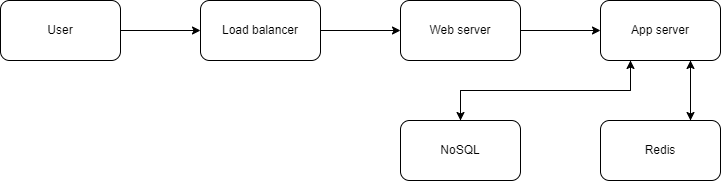
The draw.io diagram img/system-design/typeahead1.png in riehseun/riehseun.github.io, before a commit. Source tidied: cells renumbered, new cells last; positions are measured from the earlier drawing's top-left corner, leaving out a move shared by most shapes. Its diagram source:
```xml
<mxGraphModel>
  <root>
    <mxCell id="0" />
    <mxCell id="1" parent="0" />
    <mxCell id="2" style="edgeStyle=orthogonalEdgeStyle;rounded=0;jettySize=auto;html=1;exitX=1;exitY=0.5;exitDx=0;exitDy=0;entryX=0;entryY=0.5;entryDx=0;entryDy=0;" parent="1" edge="1" source="3" target="5">
      <mxGeometry relative="1" as="geometry" />
    </mxCell>
    <mxCell id="3" value="User" style="rounded=1;whiteSpace=wrap;html=1;" parent="1" vertex="1">
      <mxGeometry width="120" height="60" as="geometry" />
    </mxCell>
    <mxCell id="4" style="edgeStyle=orthogonalEdgeStyle;rounded=0;jettySize=auto;html=1;exitX=1;exitY=0.5;exitDx=0;exitDy=0;entryX=0;entryY=0.5;entryDx=0;entryDy=0;" parent="1" edge="1" source="5" target="7">
      <mxGeometry relative="1" as="geometry" />
    </mxCell>
    <mxCell id="5" value="Load balancer" style="rounded=1;whiteSpace=wrap;html=1;" parent="1" vertex="1">
      <mxGeometry x="200" width="120" height="60" as="geometry" />
    </mxCell>
    <mxCell id="6" style="edgeStyle=orthogonalEdgeStyle;rounded=0;jettySize=auto;html=1;exitX=1;exitY=0.5;exitDx=0;exitDy=0;" parent="1" edge="1" source="7" target="10">
      <mxGeometry relative="1" as="geometry" />
    </mxCell>
    <mxCell id="7" value="Web server" style="rounded=1;whiteSpace=wrap;html=1;" parent="1" vertex="1">
      <mxGeometry x="400" width="120" height="60" as="geometry" />
    </mxCell>
    <mxCell id="8" style="edgeStyle=orthogonalEdgeStyle;rounded=0;jettySize=auto;html=1;exitX=0.25;exitY=1;exitDx=0;exitDy=0;entryX=0.5;entryY=0;entryDx=0;entryDy=0;" parent="1" edge="1" source="10" target="14">
      <mxGeometry relative="1" as="geometry" />
    </mxCell>
    <mxCell id="9" style="edgeStyle=orthogonalEdgeStyle;rounded=0;jettySize=auto;html=1;exitX=0.75;exitY=1;exitDx=0;exitDy=0;entryX=0.75;entryY=0;entryDx=0;entryDy=0;" parent="1" edge="1" source="10" target="12">
      <mxGeometry relative="1" as="geometry" />
    </mxCell>
    <mxCell id="10" value="App server" style="rounded=1;whiteSpace=wrap;html=1;" parent="1" vertex="1">
      <mxGeometry x="600" width="120" height="60" as="geometry" />
    </mxCell>
    <mxCell id="11" style="edgeStyle=orthogonalEdgeStyle;rounded=0;jettySize=auto;html=1;exitX=0.75;exitY=0;exitDx=0;exitDy=0;entryX=0.75;entryY=1;entryDx=0;entryDy=0;" parent="1" edge="1" source="12" target="10">
      <mxGeometry relative="1" as="geometry" />
    </mxCell>
    <mxCell id="12" value="Redis" style="rounded=1;whiteSpace=wrap;html=1;" parent="1" vertex="1">
      <mxGeometry x="600" y="120" width="120" height="60" as="geometry" />
    </mxCell>
    <mxCell id="13" style="edgeStyle=orthogonalEdgeStyle;rounded=0;jettySize=auto;html=1;exitX=0.5;exitY=0;exitDx=0;exitDy=0;entryX=0.25;entryY=1;entryDx=0;entryDy=0;" parent="1" edge="1" source="14" target="10">
      <mxGeometry relative="1" as="geometry" />
    </mxCell>
    <mxCell id="14" value="NoSQL" style="rounded=1;whiteSpace=wrap;html=1;" parent="1" vertex="1">
      <mxGeometry x="400" y="120" width="120" height="60" as="geometry" />
    </mxCell>
  </root>
</mxGraphModel>
```
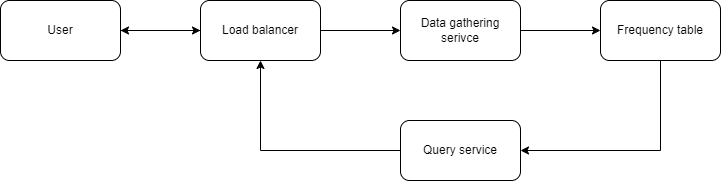
Above is the later version.

Diff of the diagram source:
```diff
@@ -11,34 +11,28 @@
     <mxCell id="4" style="edgeStyle=orthogonalEdgeStyle;rounded=0;jettySize=auto;html=1;exitX=1;exitY=0.5;exitDx=0;exitDy=0;entryX=0;entryY=0.5;entryDx=0;entryDy=0;" parent="1" edge="1" source="5" target="7">
       <mxGeometry relative="1" as="geometry" />
     </mxCell>
+    <mxCell id="15" style="edgeStyle=orthogonalEdgeStyle;rounded=0;jettySize=auto;html=1;exitX=0;exitY=0.5;exitDx=0;exitDy=0;entryX=1;entryY=0.5;entryDx=0;entryDy=0;" parent="1" edge="1" source="5" target="3">
+      <mxGeometry relative="1" as="geometry" />
+    </mxCell>
     <mxCell id="5" value="Load balancer" style="rounded=1;whiteSpace=wrap;html=1;" parent="1" vertex="1">
       <mxGeometry x="200" width="120" height="60" as="geometry" />
     </mxCell>
     <mxCell id="6" style="edgeStyle=orthogonalEdgeStyle;rounded=0;jettySize=auto;html=1;exitX=1;exitY=0.5;exitDx=0;exitDy=0;" parent="1" edge="1" source="7" target="10">
       <mxGeometry relative="1" as="geometry" />
     </mxCell>
-    <mxCell id="7" value="Web server" style="rounded=1;whiteSpace=wrap;html=1;" parent="1" vertex="1">
+    <mxCell id="7" value="Data gathering serivce" style="rounded=1;whiteSpace=wrap;html=1;" parent="1" vertex="1">
       <mxGeometry x="400" width="120" height="60" as="geometry" />
     </mxCell>
-    <mxCell id="8" style="edgeStyle=orthogonalEdgeStyle;rounded=0;jettySize=auto;html=1;exitX=0.25;exitY=1;exitDx=0;exitDy=0;entryX=0.5;entryY=0;entryDx=0;entryDy=0;" parent="1" edge="1" source="10" target="14">
+    <mxCell id="8" style="edgeStyle=orthogonalEdgeStyle;rounded=0;jettySize=auto;html=1;exitX=0.5;exitY=1;exitDx=0;exitDy=0;entryX=1;entryY=0.5;entryDx=0;entryDy=0;" parent="1" edge="1" source="10" target="14">
       <mxGeometry relative="1" as="geometry" />
     </mxCell>
-    <mxCell id="9" style="edgeStyle=orthogonalEdgeStyle;rounded=0;jettySize=auto;html=1;exitX=0.75;exitY=1;exitDx=0;exitDy=0;entryX=0.75;entryY=0;entryDx=0;entryDy=0;" parent="1" edge="1" source="10" target="12">
-      <mxGeometry relative="1" as="geometry" />
-    </mxCell>
-    <mxCell id="10" value="App server" style="rounded=1;whiteSpace=wrap;html=1;" parent="1" vertex="1">
+    <mxCell id="10" value="Frequency table" style="rounded=1;whiteSpace=wrap;html=1;" parent="1" vertex="1">
       <mxGeometry x="600" width="120" height="60" as="geometry" />
     </mxCell>
-    <mxCell id="11" style="edgeStyle=orthogonalEdgeStyle;rounded=0;jettySize=auto;html=1;exitX=0.75;exitY=0;exitDx=0;exitDy=0;entryX=0.75;entryY=1;entryDx=0;entryDy=0;" parent="1" edge="1" source="12" target="10">
-      <mxGeometry relative="1" as="geometry" />
-    </mxCell>
-    <mxCell id="12" value="Redis" style="rounded=1;whiteSpace=wrap;html=1;" parent="1" vertex="1">
-      <mxGeometry x="600" y="120" width="120" height="60" as="geometry" />
-    </mxCell>
-    <mxCell id="13" style="edgeStyle=orthogonalEdgeStyle;rounded=0;jettySize=auto;html=1;exitX=0.5;exitY=0;exitDx=0;exitDy=0;entryX=0.25;entryY=1;entryDx=0;entryDy=0;" parent="1" edge="1" source="14" target="10">
-      <mxGeometry relative="1" as="geometry" />
-    </mxCell>
+    <mxCell id="16" style="edgeStyle=orthogonalEdgeStyle;rounded=0;jettySize=auto;html=1;exitX=0;exitY=0.5;exitDx=0;exitDy=0;entryX=0.5;entryY=1;entryDx=0;entryDy=0;" parent="1" edge="1" source="14" target="5">
+      <mxGeometry relative="1" as="geometry" />
+    </mxCell>
-    <mxCell id="14" value="NoSQL" style="rounded=1;whiteSpace=wrap;html=1;" parent="1" vertex="1">
+    <mxCell id="14" value="Query service" style="rounded=1;whiteSpace=wrap;html=1;" parent="1" vertex="1">
       <mxGeometry x="400" y="120" width="120" height="60" as="geometry" />
     </mxCell>
   </root>
```
